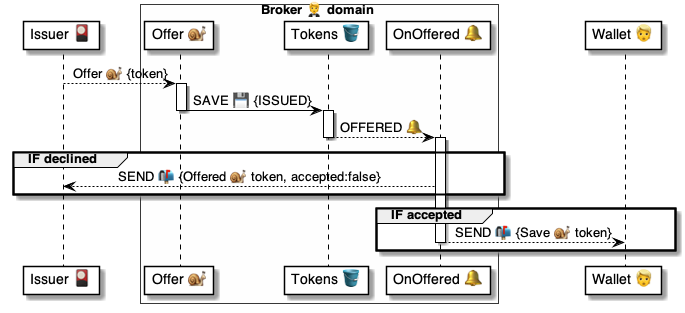
The PlantUML diagram 4 ⚙️ Solution/20 🧑‍🦰 UI/Brokers 🤵/🤵🪣 Broker tables/Tokens 🎫 table/🪣🔔 3 Offered/🤵 OnTokenOffered ⚙️ uml.png in pollyweb-org/pollyweb-docs, before a commit. Its source is kept beside it as 4 ⚙️ Solution/20 🧑‍🦰 UI/Brokers 🤵/🤵🪣 Broker tables/Tokens 🎫 table/🪣🔔 3 Offered/🤵 OnTokenOffered ⚙️ uml.puml.
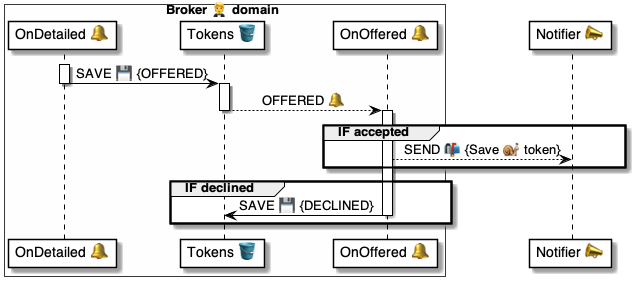
After the commit.

The edit, as a diff of the source:
```diff
@@ -1,30 +1,26 @@
 @startuml OnTokenOffered
 
-participant "Issuer 🎴" as issuer
 box Broker 🤵 domain #FFFFFA
-    participant "Offer 🐌" as offer
+    participant "OnDetailed 🔔" as detailed
     participant "Tokens 🪣" as tokens
     participant "OnOffered 🔔" as offered
 end box
-participant "Wallet 👱" as wallet
+participant "Notifier 📣" as notifier
 
-
-issuer --> offer: Offer 🐌 {token}
-
-activate offer
-    offer -> tokens: SAVE 💾 {ISSUED}
-deactivate offer
+activate detailed
+    detailed -> tokens: SAVE 💾 {OFFERED}
+deactivate detailed
 
 activate tokens
     tokens --> offered: OFFERED 🔔
 deactivate tokens
 
 activate offered
+    group IF accepted
+        offered --> notifier: SEND 📬 {Save 🐌 token}
+    end group
     group IF declined
-        offered --> issuer: SEND 📬 {Offered 🐌 token, accepted:false}
-    end group
-    group IF accepted
-        offered --> wallet: SEND 📬 {Save 🐌 token}
+        offered -> tokens: SAVE 💾 {DECLINED}
 deactivate offered
     end group
 
```
